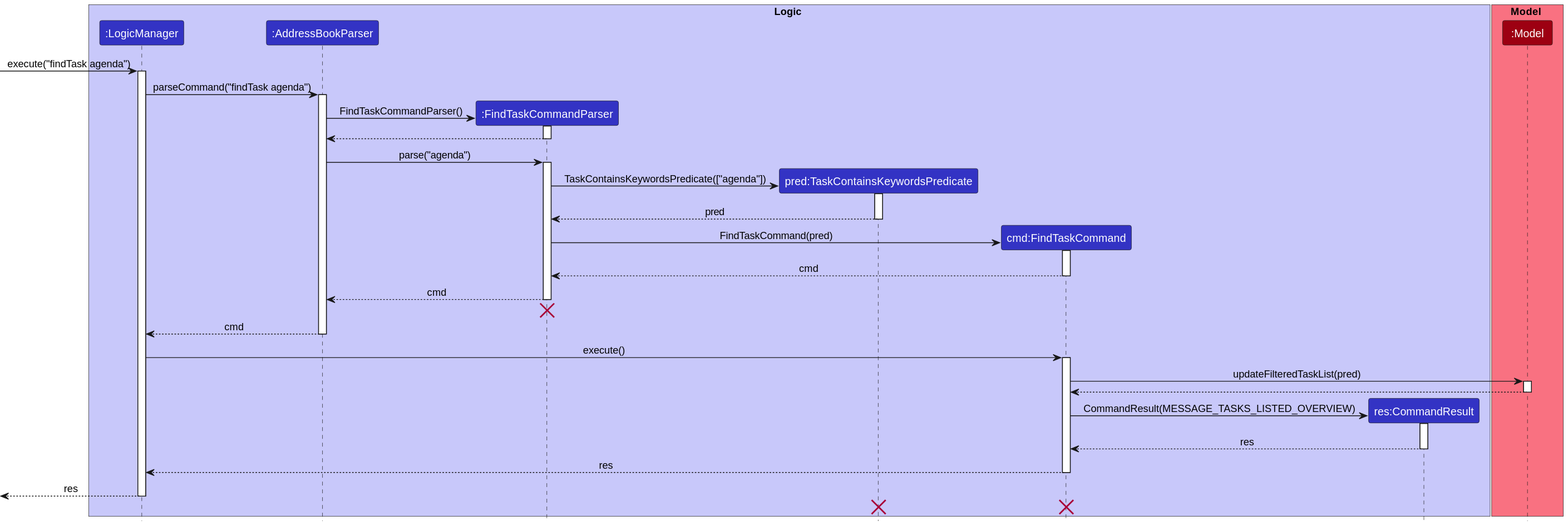
Before: docs/assets/svg/dg/MarkTaskSequenceDiagram.svg, a diagram exported from PlantUML (pra-navi/tp). Its diagram source:
```plantuml
@startuml
!include style.puml
skinparam ArrowFontStyle plain

box Logic LOGIC_COLOR_T1
participant ":LogicManager" as LogicManager LOGIC_COLOR
participant ":AddressBookParser" as AddressBookParser LOGIC_COLOR
participant ":FindTaskCommandParser" as FindTaskCommandParser LOGIC_COLOR
participant "pred:TaskContainsKeywordsPredicate" as TaskContainsKeywordsPredicate LOGIC_COLOR
participant "cmd:FindTaskCommand" as FindTaskCommand LOGIC_COLOR
participant "res:CommandResult" as CommandResult LOGIC_COLOR
end box

box Model MODEL_COLOR_T1
participant ":Model" as Model MODEL_COLOR
end box

[-> LogicManager : execute("findTask agenda")
activate LogicManager

LogicManager -> AddressBookParser : parseCommand("findTask agenda")
activate AddressBookParser

create FindTaskCommandParser
AddressBookParser -> FindTaskCommandParser : FindTaskCommandParser()
activate FindTaskCommandParser

FindTaskCommandParser --> AddressBookParser
deactivate FindTaskCommandParser

AddressBookParser -> FindTaskCommandParser : parse("agenda")
activate FindTaskCommandParser

create TaskContainsKeywordsPredicate
FindTaskCommandParser -> TaskContainsKeywordsPredicate : TaskContainsKeywordsPredicate(["agenda"])
activate TaskContainsKeywordsPredicate

TaskContainsKeywordsPredicate --> FindTaskCommandParser : pred
deactivate TaskContainsKeywordsPredicate

create FindTaskCommand
FindTaskCommandParser -> FindTaskCommand : FindTaskCommand(pred)
activate FindTaskCommand

FindTaskCommand --> FindTaskCommandParser : cmd
deactivate FindTaskCommand

FindTaskCommandParser --> AddressBookParser : cmd
deactivate FindTaskCommandParser

FindTaskCommandParser -[hidden]-> AddressBookParser
destroy FindTaskCommandParser

AddressBookParser --> LogicManager : cmd
deactivate AddressBookParser

LogicManager -> FindTaskCommand : execute()
activate FindTaskCommand

FindTaskCommand -> Model : updateFilteredTaskList(pred)
activate Model

Model --> FindTaskCommand
deactivate Model

create CommandResult
FindTaskCommand -> CommandResult : CommandResult(MESSAGE_TASKS_LISTED_OVERVIEW)
activate CommandResult

CommandResult --> FindTaskCommand : res
deactivate CommandResult

FindTaskCommand --> LogicManager : res
deactivate FindTaskCommand

[<--LogicManager : res
deactivate LogicManager

TaskContainsKeywordsPredicate -[hidden]-> LogicManager
destroy TaskContainsKeywordsPredicate
destroy FindTaskCommand




@enduml
```
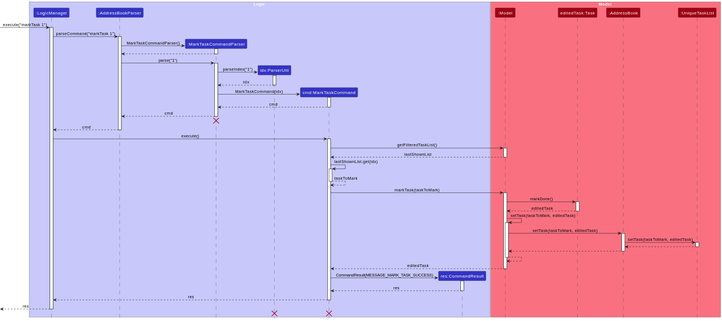
The same diagram one commit later.

Commit message:
docs: Update sequence diagram for markTask

The edit, as a diff of the source:
```diff
@@ -5,82 +5,115 @@
 box Logic LOGIC_COLOR_T1
 participant ":LogicManager" as LogicManager LOGIC_COLOR
 participant ":AddressBookParser" as AddressBookParser LOGIC_COLOR
-participant ":FindTaskCommandParser" as FindTaskCommandParser LOGIC_COLOR
-participant "pred:TaskContainsKeywordsPredicate" as TaskContainsKeywordsPredicate LOGIC_COLOR
-participant "cmd:FindTaskCommand" as FindTaskCommand LOGIC_COLOR
+participant ":MarkTaskCommandParser" as MarkTaskCommandParser LOGIC_COLOR
+participant "idx:ParserUtil" as ParserUtil LOGIC_COLOR
+participant "cmd:MarkTaskCommand" as MarkTaskCommand LOGIC_COLOR
 participant "res:CommandResult" as CommandResult LOGIC_COLOR
 end box
 
 box Model MODEL_COLOR_T1
 participant ":Model" as Model MODEL_COLOR
+participant "editedTask:Task" as Task MODEL_COLOR
+participant ":AddressBook" as AddressBook MODEL_COLOR
+participant ":UniqueTaskList" as UniqueTaskList MODEL_COLOR
 end box
 
-[-> LogicManager : execute("findTask agenda")
+[-> LogicManager : execute("markTask 1")
 activate LogicManager
 
-LogicManager -> AddressBookParser : parseCommand("findTask agenda")
+LogicManager -> AddressBookParser : parseCommand("markTask 1")
 activate AddressBookParser
 
-create FindTaskCommandParser
-AddressBookParser -> FindTaskCommandParser : FindTaskCommandParser()
-activate FindTaskCommandParser
+create MarkTaskCommandParser
+AddressBookParser -> MarkTaskCommandParser : MarkTaskCommandParser()
+activate MarkTaskCommandParser
 
-FindTaskCommandParser --> AddressBookParser
-deactivate FindTaskCommandParser
+MarkTaskCommandParser --> AddressBookParser
+deactivate MarkTaskCommandParser
 
-AddressBookParser -> FindTaskCommandParser : parse("agenda")
-activate FindTaskCommandParser
+AddressBookParser -> MarkTaskCommandParser : parse("1")
+activate MarkTaskCommandParser
 
-create TaskContainsKeywordsPredicate
-FindTaskCommandParser -> TaskContainsKeywordsPredicate : TaskContainsKeywordsPredicate(["agenda"])
-activate TaskContainsKeywordsPredicate
+create ParserUtil
+MarkTaskCommandParser -> ParserUtil : parseIndex("1")
+activate ParserUtil
 
-TaskContainsKeywordsPredicate --> FindTaskCommandParser : pred
-deactivate TaskContainsKeywordsPredicate
+ParserUtil --> MarkTaskCommandParser : idx
+deactivate ParserUtil
 
-create FindTaskCommand
-FindTaskCommandParser -> FindTaskCommand : FindTaskCommand(pred)
-activate FindTaskCommand
+create MarkTaskCommand
+MarkTaskCommandParser -> MarkTaskCommand : MarkTaskCommand(idx)
+activate MarkTaskCommand
 
-FindTaskCommand --> FindTaskCommandParser : cmd
-deactivate FindTaskCommand
+MarkTaskCommand --> MarkTaskCommandParser : cmd
+deactivate MarkTaskCommand
 
-FindTaskCommandParser --> AddressBookParser : cmd
-deactivate FindTaskCommandParser
+MarkTaskCommandParser --> AddressBookParser : cmd
+deactivate MarkTaskCommandParser
 
-FindTaskCommandParser -[hidden]-> AddressBookParser
-destroy FindTaskCommandParser
+MarkTaskCommandParser -[hidden]-> AddressBookParser
+destroy MarkTaskCommandParser
 
 AddressBookParser --> LogicManager : cmd
 deactivate AddressBookParser
 
-LogicManager -> FindTaskCommand : execute()
-activate FindTaskCommand
+LogicManager -> MarkTaskCommand : execute()
+activate MarkTaskCommand
 
-FindTaskCommand -> Model : updateFilteredTaskList(pred)
+MarkTaskCommand -> Model : getFilteredTaskList()
 activate Model
 
-Model --> FindTaskCommand
+Model --> MarkTaskCommand : lastShownList
+deactivate Model
+
+MarkTaskCommand -> MarkTaskCommand : lastShownList.get(idx)
+activate MarkTaskCommand
+MarkTaskCommand --> MarkTaskCommand : taskToMark
+deactivate MarkTaskCommand
+
+MarkTaskCommand -> Model : markTask(taskToMark)
+activate Model
+
+Model -> Task: markDone()
+activate Task
+Task --> Model: editedTask
+deactivate Task
+
+Model -> Model: setTask(taskToMark, editedTask)
+activate Model
+
+Model -> AddressBook : setTask(taskToMark, editedTask)
+activate AddressBook
+
+AddressBook -> UniqueTaskList : setTask(taskToMark, editedTask)
+activate UniqueTaskList
+
+UniqueTaskList --> AddressBook
+deactivate UniqueTaskList
+
+AddressBook --> Model
+deactivate AddressBook
+
+Model --> Model :
+deactivate Model
+
+Model --> MarkTaskCommand : editedTask
 deactivate Model
 
 create CommandResult
-FindTaskCommand -> CommandResult : CommandResult(MESSAGE_TASKS_LISTED_OVERVIEW)
+MarkTaskCommand -> CommandResult : CommandResult(MESSAGE_MARK_TASK_SUCCESS)
 activate CommandResult
 
-CommandResult --> FindTaskCommand : res
+CommandResult --> MarkTaskCommand : res
 deactivate CommandResult
 
-FindTaskCommand --> LogicManager : res
-deactivate FindTaskCommand
+MarkTaskCommand --> LogicManager : res
+deactivate MarkTaskCommand
 
 [<--LogicManager : res
 deactivate LogicManager
 
-TaskContainsKeywordsPredicate -[hidden]-> LogicManager
-destroy TaskContainsKeywordsPredicate
-destroy FindTaskCommand
-
-
-
-
+ParserUtil -[hidden]-> LogicManager
+destroy ParserUtil
+destroy MarkTaskCommand
 @enduml
```
